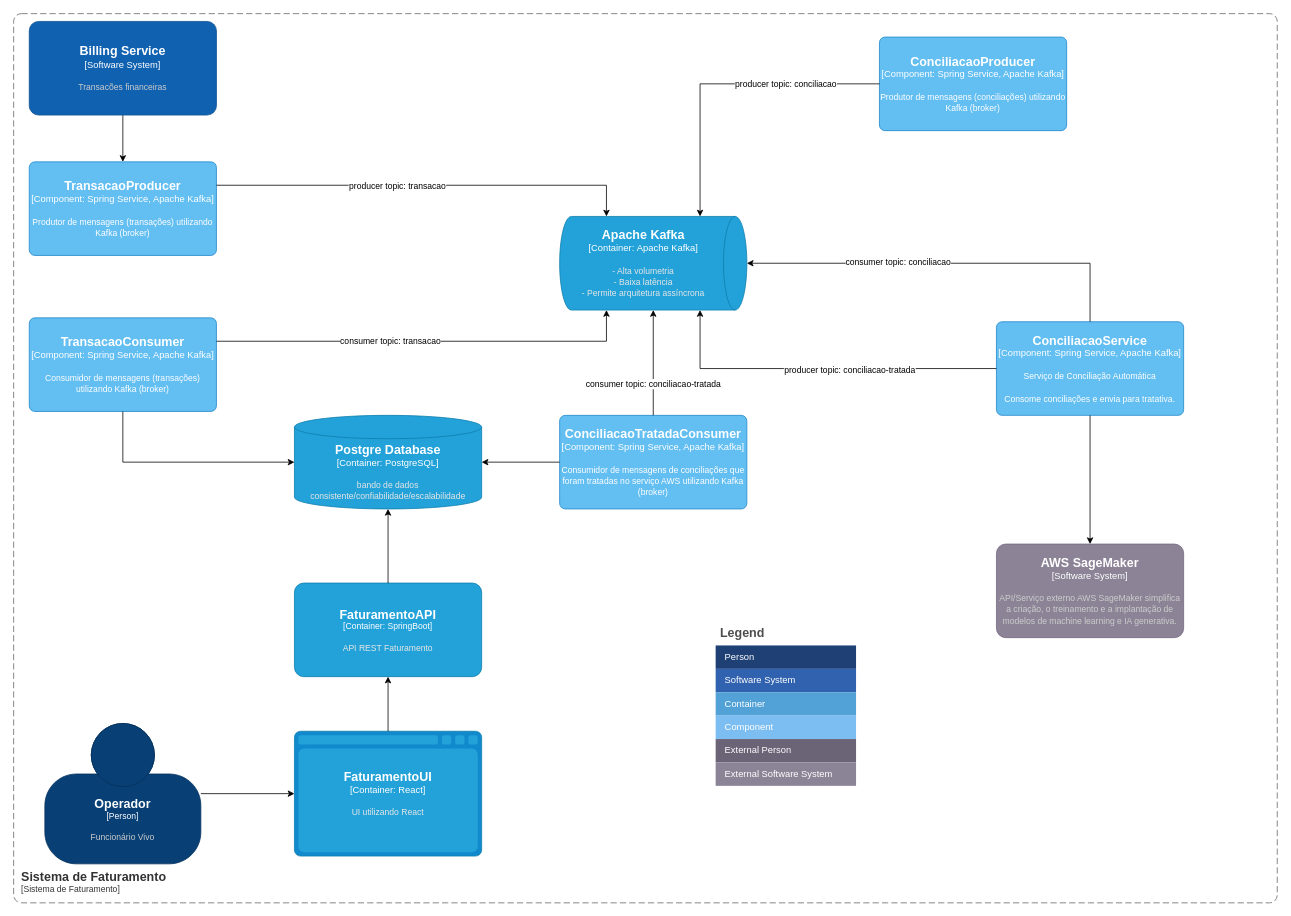
andresotero9/SistemaFaturamento keeps this draw.io diagram as SistemaFaturamento.drawio. Above is the earlier version. Source tidied: cells renumbered, new cells numbered last; positions are measured from the earlier drawing's top-left corner, leaving out a move shared by most shapes. Both pictures are drawn from the tidied source at 78%, with x=0, y=0 at pixel (13, 13).
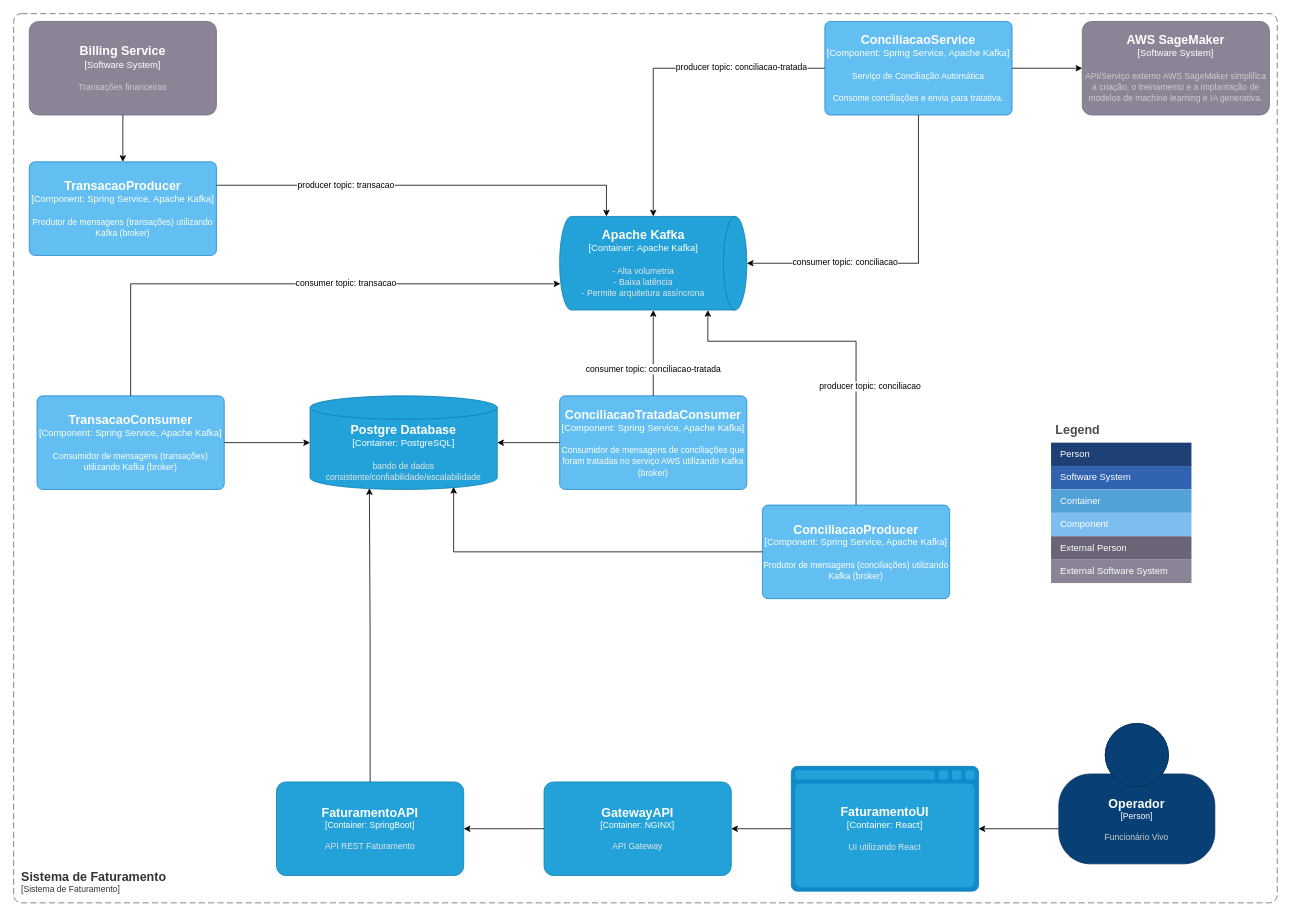
After the change.

The change refers to these unchanged cells:
```xml
<object id="5" label="&lt;font style=&quot;font-size: 16px&quot;&gt;&lt;b&gt;%c4Name%&lt;/b&gt;&lt;/font&gt;&lt;div&gt;[%c4Type%:&amp;nbsp;%c4Technology%]&lt;/div&gt;&lt;br&gt;&lt;div&gt;&lt;font style=&quot;font-size: 11px&quot;&gt;&lt;font color=&quot;#E6E6E6&quot;&gt;%c4Description%&lt;/font&gt;&lt;/div&gt;" c4Description="- Alta volumetria&#10;- Baixa latência&#10;- Permite arquitetura assíncrona" c4Name="Apache Kafka" c4Technology="Apache Kafka" c4Type="Container" placeholders="1">
  <mxCell style="shape=cylinder3;size=15;direction=south;whiteSpace=wrap;html=1;boundedLbl=1;rounded=0;labelBackgroundColor=none;fillColor=#23A2D9;fontSize=12;fontColor=#ffffff;align=center;strokeColor=#0E7DAD;points=[[0.5,0,0],[1,0.25,0],[1,0.5,0],[1,0.75,0],[0.5,1,0],[0,0.75,0],[0,0.5,0],[0,0.25,0]];" parent="1" vertex="1">
    <mxGeometry x="700" y="260" width="240" height="120" as="geometry" />
  </mxCell>
</object>
<object id="6" label="&lt;font style=&quot;font-size: 16px&quot;&gt;&lt;b&gt;%c4Name%&lt;/b&gt;&lt;/font&gt;&lt;div&gt;[%c4Type%: %c4Technology%]&lt;/div&gt;&lt;br&gt;&lt;div&gt;&lt;font style=&quot;font-size: 11px&quot;&gt;%c4Description%&lt;/font&gt;&lt;/div&gt;" c4Description="Produtor de mensagens (transações) utilizando Kafka (broker)" c4Name="TransacaoProducer" c4Technology="Spring Service, Apache Kafka" c4Type="Component" placeholders="1">
  <mxCell style="rounded=1;whiteSpace=wrap;html=1;labelBackgroundColor=none;fillColor=#63BEF2;fontColor=#ffffff;align=center;arcSize=6;strokeColor=#2086C9;points=[[0.25,0,0],[0.5,0,0],[0.75,0,0],[1,0.25,0],[1,0.5,0],[1,0.75,0],[0.75,1,0],[0.5,1,0],[0.25,1,0],[0,0.75,0],[0,0.5,0],[0,0.25,0]];" parent="1" vertex="1">
    <mxGeometry x="20" y="190" width="240" height="120" as="geometry" />
  </mxCell>
</object>
<mxCell id="7" style="edgeStyle=orthogonalEdgeStyle;rounded=0;jettySize=auto;html=1;entryX=0;entryY=0.75;entryDx=0;entryDy=0;entryPerimeter=0;exitX=1;exitY=0.25;exitDx=0;exitDy=0;exitPerimeter=0;" parent="1" edge="1" source="6" target="5">
  <mxGeometry relative="1" as="geometry" />
</mxCell>
<mxCell id="29" style="edgeStyle=orthogonalEdgeStyle;rounded=0;jettySize=auto;html=1;entryX=1;entryY=0.5;entryDx=0;entryDy=0;entryPerimeter=0;" parent="1" edge="1" source="27" target="5">
  <mxGeometry relative="1" as="geometry" />
</mxCell>
```

The edit, as a diff of the source:
```diff
@@
-    <mxCell id="3" style="edgeStyle=orthogonalEdgeStyle;rounded=0;jettySize=auto;html=1;" parent="1" edge="1" source="4" target="6">
-      <mxGeometry relative="1" as="geometry" />
-    </mxCell>
-    <object id="4" label="&lt;font style=&quot;font-size: 16px&quot;&gt;&lt;b&gt;%c4Name%&lt;/b&gt;&lt;/font&gt;&lt;div&gt;[%c4Type%]&lt;/div&gt;&lt;br&gt;&lt;div&gt;&lt;font style=&quot;font-size: 11px&quot;&gt;&lt;font color=&quot;#cccccc&quot;&gt;%c4Description%&lt;/font&gt;&lt;/div&gt;" c4Description="Transacões financeiras" c4Name="Billing Service" c4Type="Software System" placeholders="1">
-      <mxCell style="rounded=1;whiteSpace=wrap;html=1;labelBackgroundColor=none;fillColor=#1061B0;fontColor=#ffffff;align=center;arcSize=10;strokeColor=#0D5091;points=[[0.25,0,0],[0.5,0,0],[0.75,0,0],[1,0.25,0],[1,0.5,0],[1,0.75,0],[0.75,1,0],[0.5,1,0],[0.25,1,0],[0,0.75,0],[0,0.5,0],[0,0.25,0]];" parent="1" vertex="1">
-        <mxGeometry x="20" y="10" width="240" height="120" as="geometry" />
-      </mxCell>
-    </object>
@@
     <mxCell id="8" value="producer topic: transacao" style="edgeLabel;html=1;align=center;verticalAlign=middle;" parent="7" vertex="1">
       <mxGeometry x="-0.36" y="-1" relative="1" as="geometry">
-        <mxPoint x="58" y="-1" as="offset" />
+        <mxPoint x="-8" y="-2" as="offset" />
       </mxGeometry>
     </mxCell>
     <object id="9" label="&lt;font style=&quot;font-size: 16px&quot;&gt;&lt;b&gt;%c4Name%&lt;/b&gt;&lt;/font&gt;&lt;div&gt;[%c4Type%: %c4Technology%]&lt;/div&gt;&lt;br&gt;&lt;div&gt;&lt;font style=&quot;font-size: 11px&quot;&gt;%c4Description%&lt;/font&gt;&lt;/div&gt;" c4Description="Consumidor de mensagens (transações) utilizando Kafka (broker)" c4Name="TransacaoConsumer" c4Technology="Spring Service, Apache Kafka" c4Type="Component" placeholders="1">
       <mxCell style="rounded=1;whiteSpace=wrap;html=1;labelBackgroundColor=none;fillColor=#63BEF2;fontColor=#ffffff;align=center;arcSize=6;strokeColor=#2086C9;points=[[0.25,0,0],[0.5,0,0],[0.75,0,0],[1,0.25,0],[1,0.5,0],[1,0.75,0],[0.75,1,0],[0.5,1,0],[0.25,1,0],[0,0.75,0],[0,0.5,0],[0,0.25,0]];" parent="1" vertex="1">
-        <mxGeometry x="20" y="390" width="240" height="120" as="geometry" />
+        <mxGeometry x="30" y="490" width="240" height="120" as="geometry" />
       </mxCell>
     </object>
-    <mxCell id="10" style="edgeStyle=orthogonalEdgeStyle;rounded=0;jettySize=auto;html=1;entryX=1;entryY=0.75;entryDx=0;entryDy=0;entryPerimeter=0;exitX=1;exitY=0.25;exitDx=0;exitDy=0;exitPerimeter=0;" parent="1" edge="1" source="9" target="5">
+    <mxCell id="10" style="edgeStyle=orthogonalEdgeStyle;rounded=0;jettySize=auto;html=1;exitX=0.5;exitY=0;exitDx=0;exitDy=0;exitPerimeter=0;entryX=0.72;entryY=0.996;entryDx=0;entryDy=0;entryPerimeter=0;" parent="1" edge="1" source="9" target="5">
       <mxGeometry relative="1" as="geometry" />
     </mxCell>
     <mxCell id="11" value="consumer&amp;nbsp;&lt;span style=&quot;background-color: light-dark(#ffffff, var(--ge-dark-color, #121212)); color: light-dark(rgb(0, 0, 0), rgb(255, 255, 255));&quot;&gt;topic: transacao&lt;/span&gt;" style="edgeLabel;html=1;align=center;verticalAlign=middle;" parent="10" vertex="1">
       <mxGeometry x="-0.3" y="2" relative="1" as="geometry">
-        <mxPoint x="33" y="1" as="offset" />
+        <mxPoint x="176" y="1" as="offset" />
       </mxGeometry>
     </mxCell>
     <object id="12" label="&lt;font style=&quot;font-size: 16px&quot;&gt;&lt;b&gt;%c4Name%&lt;/b&gt;&lt;/font&gt;&lt;div&gt;[%c4Type%: %c4Technology%]&lt;/div&gt;&lt;br&gt;&lt;div&gt;&lt;font style=&quot;font-size: 11px&quot;&gt;&lt;font color=&quot;#E6E6E6&quot;&gt;%c4Description%&lt;/font&gt;&lt;/div&gt;" c4Description="API REST Faturamento" c4Name="FaturamentoAPI" c4Technology="SpringBoot" c4Type="Container" placeholders="1">
       <mxCell style="rounded=1;whiteSpace=wrap;html=1;fontSize=11;labelBackgroundColor=none;fillColor=#23A2D9;fontColor=#ffffff;align=center;arcSize=10;strokeColor=#0E7DAD;points=[[0.25,0,0],[0.5,0,0],[0.75,0,0],[1,0.25,0],[1,0.5,0],[1,0.75,0],[0.75,1,0],[0.5,1,0],[0.25,1,0],[0,0.75,0],[0,0.5,0],[0,0.25,0]];" parent="1" vertex="1">
-        <mxGeometry x="360" y="730" width="240" height="120" as="geometry" />
+        <mxGeometry x="337" y="985" width="240" height="120" as="geometry" />
       </mxCell>
     </object>
     <object id="13" label="&lt;font style=&quot;font-size: 16px&quot;&gt;&lt;b&gt;%c4Name%&lt;/b&gt;&lt;/font&gt;&lt;div&gt;[%c4Type%:&amp;nbsp;%c4Technology%]&lt;/div&gt;&lt;br&gt;&lt;div&gt;&lt;font style=&quot;font-size: 11px&quot;&gt;&lt;font color=&quot;#E6E6E6&quot;&gt;%c4Description%&lt;/font&gt;&lt;/div&gt;" c4Description="bando de dados consistente/confiabilidade/escalabilidade" c4Name="Postgre Database" c4Technology="PostgreSQL" c4Type="Container" placeholders="1">
       <mxCell style="shape=cylinder3;size=15;whiteSpace=wrap;html=1;boundedLbl=1;rounded=0;labelBackgroundColor=none;fillColor=#23A2D9;fontSize=12;fontColor=#ffffff;align=center;strokeColor=#0E7DAD;points=[[0.5,0,0],[1,0.25,0],[1,0.5,0],[1,0.75,0],[0.5,1,0],[0,0.75,0],[0,0.5,0],[0,0.25,0]];" parent="1" vertex="1">
-        <mxGeometry x="360" y="515" width="240" height="120" as="geometry" />
+        <mxGeometry x="380" y="490" width="240" height="120" as="geometry" />
       </mxCell>
     </object>
-    <mxCell id="14" style="edgeStyle=orthogonalEdgeStyle;rounded=0;jettySize=auto;html=1;entryX=0;entryY=0.5;entryDx=0;entryDy=0;entryPerimeter=0;exitX=0.5;exitY=1;exitDx=0;exitDy=0;exitPerimeter=0;" parent="1" edge="1" source="9" target="13">
-      <mxGeometry relative="1" as="geometry" />
-    </mxCell>
-    <mxCell id="15" style="edgeStyle=orthogonalEdgeStyle;rounded=0;jettySize=auto;html=1;entryX=0.5;entryY=1;entryDx=0;entryDy=0;entryPerimeter=0;" parent="1" edge="1" source="12" target="13">
-      <mxGeometry relative="1" as="geometry" />
-    </mxCell>
     <object id="16" label="&lt;font style=&quot;font-size: 16px&quot;&gt;&lt;b&gt;%c4Name%&lt;/b&gt;&lt;/font&gt;&lt;div&gt;[%c4Type%: %c4Technology%]&lt;/div&gt;&lt;br&gt;&lt;div&gt;&lt;font style=&quot;font-size: 11px&quot;&gt;%c4Description%&lt;/font&gt;&lt;/div&gt;" c4Description="Serviço de Conciliação Automática&#10;&#10;Consome conciliações e envia para tratativa." c4Name="ConciliacaoService" c4Technology="Spring Service, Apache Kafka" c4Type="Component" placeholders="1">
       <mxCell style="rounded=1;whiteSpace=wrap;html=1;labelBackgroundColor=none;fillColor=#63BEF2;fontColor=#ffffff;align=center;arcSize=6;strokeColor=#2086C9;points=[[0.25,0,0],[0.5,0,0],[0.75,0,0],[1,0.25,0],[1,0.5,0],[1,0.75,0],[0.75,1,0],[0.5,1,0],[0.25,1,0],[0,0.75,0],[0,0.5,0],[0,0.25,0]];" parent="1" vertex="1">
-        <mxGeometry x="1260" y="395" width="240" height="120" as="geometry" />
+        <mxGeometry x="1040" y="10" width="240" height="120" as="geometry" />
       </mxCell>
     </object>
     <object id="17" label="&lt;font style=&quot;font-size: 16px&quot;&gt;&lt;b&gt;%c4Name%&lt;/b&gt;&lt;/font&gt;&lt;div&gt;[%c4Type%: %c4Technology%]&lt;/div&gt;&lt;br&gt;&lt;div&gt;&lt;font style=&quot;font-size: 11px&quot;&gt;%c4Description%&lt;/font&gt;&lt;/div&gt;" c4Description="Produtor de mensagens (conciliações) utilizando Kafka (broker)" c4Name="ConciliacaoProducer" c4Technology="Spring Service, Apache Kafka" c4Type="Component" placeholders="1">
       <mxCell style="rounded=1;whiteSpace=wrap;html=1;labelBackgroundColor=none;fillColor=#63BEF2;fontColor=#ffffff;align=center;arcSize=6;strokeColor=#2086C9;points=[[0.25,0,0],[0.5,0,0],[0.75,0,0],[1,0.25,0],[1,0.5,0],[1,0.75,0],[0.75,1,0],[0.5,1,0],[0.25,1,0],[0,0.75,0],[0,0.5,0],[0,0.25,0]];" parent="1" vertex="1">
-        <mxGeometry x="1110" y="30" width="240" height="120" as="geometry" />
+        <mxGeometry x="960" y="630" width="240" height="120" as="geometry" />
       </mxCell>
     </object>
-    <mxCell id="18" style="edgeStyle=orthogonalEdgeStyle;rounded=0;jettySize=auto;html=1;entryX=0;entryY=0.25;entryDx=0;entryDy=0;entryPerimeter=0;" parent="1" edge="1" source="17" target="5">
-      <mxGeometry relative="1" as="geometry" />
+    <mxCell id="18" style="edgeStyle=orthogonalEdgeStyle;rounded=0;jettySize=auto;html=1;entryX=1;entryY=0.25;entryDx=0;entryDy=0;entryPerimeter=0;exitX=0.5;exitY=0;exitDx=0;exitDy=0;exitPerimeter=0;" parent="1" edge="1" source="17">
+      <mxGeometry relative="1" as="geometry">
+        <mxPoint x="890" y="380" as="targetPoint" />
+        <Array as="points">
+          <mxPoint x="1080" y="420" />
+          <mxPoint x="890" y="420" />
+        </Array>
+      </mxGeometry>
     </mxCell>
     <mxCell id="19" value="producer topic: conciliacao" style="edgeLabel;html=1;align=center;verticalAlign=middle;" parent="18" vertex="1">
       <mxGeometry x="-0.31" relative="1" as="geometry">
-        <mxPoint x="17" as="offset" />
+        <mxPoint x="17" y="-1" as="offset" />
       </mxGeometry>
     </mxCell>
-    <mxCell id="20" style="edgeStyle=orthogonalEdgeStyle;rounded=0;jettySize=auto;html=1;entryX=0.5;entryY=0;entryDx=0;entryDy=0;entryPerimeter=0;exitX=0.5;exitY=0;exitDx=0;exitDy=0;exitPerimeter=0;" parent="1" edge="1" source="16" target="5">
-      <mxGeometry relative="1" as="geometry" />
+    <mxCell id="20" style="edgeStyle=orthogonalEdgeStyle;rounded=0;jettySize=auto;html=1;exitX=0.5;exitY=1;exitDx=0;exitDy=0;exitPerimeter=0;entryX=0.5;entryY=0;entryDx=0;entryDy=0;entryPerimeter=0;" parent="1" edge="1" source="16" target="5">
+      <mxGeometry relative="1" as="geometry">
+        <Array as="points">
+          <mxPoint x="1160" y="320" />
+        </Array>
+      </mxGeometry>
     </mxCell>
     <mxCell id="21" value="consumer topic: conciliacao" style="edgeLabel;html=1;align=center;verticalAlign=middle;" parent="20" vertex="1">
       <mxGeometry x="0.47" y="-2" relative="1" as="geometry">
-        <mxPoint x="57" as="offset" />
+        <mxPoint x="16" as="offset" />
       </mxGeometry>
     </mxCell>
-    <mxCell id="22" style="edgeStyle=orthogonalEdgeStyle;rounded=0;jettySize=auto;html=1;entryX=1;entryY=0.25;entryDx=0;entryDy=0;entryPerimeter=0;" parent="1" edge="1" source="16" target="5">
-      <mxGeometry relative="1" as="geometry" />
-    </mxCell>
-    <mxCell id="23" value="producer topic: conciliacao-tratada" style="edgeLabel;html=1;align=center;verticalAlign=middle;" parent="22" vertex="1">
-      <mxGeometry x="0.1" y="1" relative="1" as="geometry">
-        <mxPoint x="61" as="offset" />
-      </mxGeometry>
-    </mxCell>
     <object id="24" label="&lt;font style=&quot;font-size: 16px&quot;&gt;&lt;b&gt;%c4Name%&lt;/b&gt;&lt;/font&gt;&lt;div&gt;[%c4Type%:&amp;nbsp;%c4Technology%]&lt;/div&gt;&lt;br&gt;&lt;div&gt;&lt;font style=&quot;font-size: 11px&quot;&gt;&lt;font color=&quot;#E6E6E6&quot;&gt;%c4Description%&lt;/font&gt;&lt;/div&gt;" c4Description="UI utilizando React" c4Name="FaturamentoUI" c4Technology="React" c4Type="Container" placeholders="1">
       <mxCell style="shape=mxgraph.c4.webBrowserContainer2;whiteSpace=wrap;html=1;boundedLbl=1;rounded=0;labelBackgroundColor=none;strokeColor=#118ACD;fillColor=#23A2D9;strokeColor=#118ACD;strokeColor2=#0E7DAD;fontSize=12;fontColor=#ffffff;align=center;points=[[0.5,0,0],[1,0.25,0],[1,0.5,0],[1,0.75,0],[0.5,1,0],[0,0.75,0],[0,0.5,0],[0,0.25,0]];" parent="1" vertex="1">
-        <mxGeometry x="360" y="920" width="240" height="160" as="geometry" />
+        <mxGeometry x="997" y="965" width="240" height="160" as="geometry" />
       </mxCell>
     </object>
     <object id="25" label="&lt;font style=&quot;font-size: 16px&quot;&gt;&lt;b&gt;%c4Name%&lt;/b&gt;&lt;/font&gt;&lt;div&gt;[%c4Type%]&lt;/div&gt;&lt;br&gt;&lt;div&gt;&lt;font style=&quot;font-size: 11px&quot;&gt;&lt;font color=&quot;#cccccc&quot;&gt;%c4Description%&lt;/font&gt;&lt;/div&gt;" c4Description="API/Serviço externo AWS SageMaker simplifica a criação, o treinamento e a implantação de modelos de machine learning e IA generativa." c4Name="AWS SageMaker" c4Type="Software System" placeholders="1">
       <mxCell style="rounded=1;whiteSpace=wrap;html=1;labelBackgroundColor=none;fillColor=#8C8496;fontColor=#ffffff;align=center;arcSize=10;strokeColor=#736782;points=[[0.25,0,0],[0.5,0,0],[0.75,0,0],[1,0.25,0],[1,0.5,0],[1,0.75,0],[0.75,1,0],[0.5,1,0],[0.25,1,0],[0,0.75,0],[0,0.5,0],[0,0.25,0]];" parent="1" vertex="1">
-        <mxGeometry x="1260" y="680" width="240" height="120" as="geometry" />
+        <mxGeometry x="1370" y="10" width="240" height="120" as="geometry" />
       </mxCell>
     </object>
-    <mxCell id="26" style="edgeStyle=orthogonalEdgeStyle;rounded=0;jettySize=auto;html=1;exitX=0.5;exitY=1;exitDx=0;exitDy=0;exitPerimeter=0;entryX=0.5;entryY=0;entryDx=0;entryDy=0;entryPerimeter=0;" parent="1" edge="1" source="16" target="25">
+    <mxCell id="26" style="edgeStyle=orthogonalEdgeStyle;rounded=0;jettySize=auto;html=1;exitX=1;exitY=0.5;exitDx=0;exitDy=0;exitPerimeter=0;entryX=0;entryY=0.5;entryDx=0;entryDy=0;entryPerimeter=0;" parent="1" edge="1" source="16" target="25">
       <mxGeometry relative="1" as="geometry" />
     </mxCell>
     <object id="27" label="&lt;font style=&quot;font-size: 16px&quot;&gt;&lt;b&gt;%c4Name%&lt;/b&gt;&lt;/font&gt;&lt;div&gt;[%c4Type%: %c4Technology%]&lt;/div&gt;&lt;br&gt;&lt;div&gt;&lt;font style=&quot;font-size: 11px&quot;&gt;%c4Description%&lt;/font&gt;&lt;/div&gt;" c4Description="Consumidor de mensagens de conciliações que foram tratadas no serviço AWS utilizando Kafka (broker)" c4Name="ConciliacaoTratadaConsumer" c4Technology="Spring Service, Apache Kafka" c4Type="Component" placeholders="1">
       <mxCell style="rounded=1;whiteSpace=wrap;html=1;labelBackgroundColor=none;fillColor=#63BEF2;fontColor=#ffffff;align=center;arcSize=6;strokeColor=#2086C9;points=[[0.25,0,0],[0.5,0,0],[0.75,0,0],[1,0.25,0],[1,0.5,0],[1,0.75,0],[0.75,1,0],[0.5,1,0],[0.25,1,0],[0,0.75,0],[0,0.5,0],[0,0.25,0]];" parent="1" vertex="1">
-        <mxGeometry x="700" y="515" width="240" height="120" as="geometry" />
+        <mxGeometry x="700" y="490" width="240" height="120" as="geometry" />
       </mxCell>
     </object>
@@
     <mxCell id="30" value="consumer topic: conciliacao-tratada" style="edgeLabel;html=1;align=center;verticalAlign=middle;" parent="29" vertex="1">
-      <mxGeometry x="-0.4" y="1" relative="1" as="geometry" />
+      <mxGeometry x="-0.4" y="1" relative="1" as="geometry">
+        <mxPoint y="-2" as="offset" />
+      </mxGeometry>
     </mxCell>
-    <mxCell id="31" style="edgeStyle=orthogonalEdgeStyle;rounded=0;jettySize=auto;html=1;entryX=0.5;entryY=1;entryDx=0;entryDy=0;entryPerimeter=0;" parent="1" edge="1" source="24" target="12">
-      <mxGeometry relative="1" as="geometry" />
-    </mxCell>
     <mxCell id="32" value="Legend" style="shape=table;startSize=30;childLayout=tableLayout;fontSize=16;align=left;verticalAlign=top;fillColor=none;strokeColor=none;fontColor=#4D4D4D;fontStyle=1;spacingLeft=6;spacing=0;" parent="1" vertex="1">
-      <mxGeometry x="900" y="780" width="180" height="210" as="geometry" />
+      <mxGeometry x="1330" y="520" width="180" height="210" as="geometry" />
     </mxCell>
@@
     <object id="45" label="&lt;font style=&quot;font-size: 16px&quot;&gt;&lt;b&gt;%c4Name%&lt;/b&gt;&lt;/font&gt;&lt;div&gt;[%c4Type%]&lt;/div&gt;&lt;br&gt;&lt;div&gt;&lt;font style=&quot;font-size: 11px&quot;&gt;&lt;font color=&quot;#cccccc&quot;&gt;%c4Description%&lt;/font&gt;&lt;/div&gt;" c4Description="Funcionário Vivo" c4Name="Operador" c4Type="Person" placeholders="1">
       <mxCell style="html=1;fontSize=11;dashed=0;whiteSpace=wrap;fillColor=#083F75;strokeColor=#06315C;fontColor=#ffffff;shape=mxgraph.c4.person2;align=center;points=[[0.5,0,0],[1,0.5,0],[1,0.75,0],[0.75,1,0],[0.5,1,0],[0.25,1,0],[0,0.75,0],[0,0.5,0]];" parent="1" vertex="1">
-        <mxGeometry x="40" y="910" width="200" height="180" as="geometry" />
+        <mxGeometry x="1340" y="910" width="200" height="180" as="geometry" />
       </mxCell>
     </object>
+    <mxCell id="47" style="edgeStyle=orthogonalEdgeStyle;rounded=0;jettySize=auto;html=1;exitX=0;exitY=0.5;exitDx=0;exitDy=0;exitPerimeter=0;entryX=0.767;entryY=0.973;entryDx=0;entryDy=0;entryPerimeter=0;" parent="1" edge="1" source="17" target="13">
+      <mxGeometry relative="1" as="geometry" />
+    </mxCell>
+    <object id="48" label="&lt;font style=&quot;font-size: 16px&quot;&gt;&lt;b&gt;%c4Name%&lt;/b&gt;&lt;/font&gt;&lt;div&gt;[%c4Type%]&lt;/div&gt;&lt;br&gt;&lt;div&gt;&lt;font style=&quot;font-size: 11px&quot;&gt;&lt;font color=&quot;#cccccc&quot;&gt;%c4Description%&lt;/font&gt;&lt;/div&gt;" c4Description="Transações financeiras" c4Name="Billing Service" c4Type="Software System" placeholders="1">
+      <mxCell style="rounded=1;whiteSpace=wrap;html=1;labelBackgroundColor=none;fillColor=#8C8496;fontColor=#ffffff;align=center;arcSize=10;strokeColor=#736782;points=[[0.25,0,0],[0.5,0,0],[0.75,0,0],[1,0.25,0],[1,0.5,0],[1,0.75,0],[0.75,1,0],[0.5,1,0],[0.25,1,0],[0,0.75,0],[0,0.5,0],[0,0.25,0]];" parent="1" vertex="1">
+        <mxGeometry x="20" y="10" width="240" height="120" as="geometry" />
+      </mxCell>
+    </object>
+    <mxCell id="49" style="edgeStyle=orthogonalEdgeStyle;rounded=0;jettySize=auto;html=1;exitX=0.5;exitY=1;exitDx=0;exitDy=0;exitPerimeter=0;entryX=0.5;entryY=0;entryDx=0;entryDy=0;entryPerimeter=0;" parent="1" edge="1" source="48" target="6">
+      <mxGeometry relative="1" as="geometry" />
+    </mxCell>
+    <mxCell id="22" style="edgeStyle=orthogonalEdgeStyle;rounded=0;jettySize=auto;html=1;exitX=0;exitY=0.5;exitDx=0;exitDy=0;exitPerimeter=0;entryX=0;entryY=0.5;entryDx=0;entryDy=0;entryPerimeter=0;" parent="1" edge="1" source="16" target="5">
+      <mxGeometry relative="1" as="geometry" />
+    </mxCell>
+    <mxCell id="14" style="edgeStyle=orthogonalEdgeStyle;rounded=0;jettySize=auto;html=1;exitX=1;exitY=0.5;exitDx=0;exitDy=0;exitPerimeter=0;entryX=0;entryY=0.5;entryDx=0;entryDy=0;entryPerimeter=0;" parent="1" edge="1" source="9" target="13">
+      <mxGeometry relative="1" as="geometry" />
+    </mxCell>
+    <mxCell id="23" value="producer&lt;span style=&quot;background-color: light-dark(#ffffff, var(--ge-dark-color, #121212)); color: light-dark(rgb(0, 0, 0), rgb(255, 255, 255));&quot;&gt;&amp;nbsp;topic: conciliacao-tratada&lt;/span&gt;" style="edgeLabel;html=1;align=center;verticalAlign=middle;" parent="1" vertex="1">
+      <mxGeometry x="932" y="68" as="geometry" />
+    </mxCell>
-    <mxCell id="46" style="edgeStyle=orthogonalEdgeStyle;rounded=0;jettySize=auto;html=1;entryX=0;entryY=0.5;entryDx=0;entryDy=0;entryPerimeter=0;" parent="1" edge="1" source="45" target="24">
+    <mxCell id="46" style="edgeStyle=orthogonalEdgeStyle;rounded=0;jettySize=auto;html=1;exitX=0;exitY=0.75;exitDx=0;exitDy=0;exitPerimeter=0;entryX=1;entryY=0.5;entryDx=0;entryDy=0;entryPerimeter=0;" parent="1" edge="1" source="45" target="24">
       <mxGeometry relative="1" as="geometry" />
     </mxCell>
+    <object id="50" label="&lt;font style=&quot;font-size: 16px&quot;&gt;&lt;b&gt;%c4Name%&lt;/b&gt;&lt;/font&gt;&lt;div&gt;[%c4Type%: %c4Technology%]&lt;/div&gt;&lt;br&gt;&lt;div&gt;&lt;font style=&quot;font-size: 11px&quot;&gt;&lt;font color=&quot;#E6E6E6&quot;&gt;%c4Description%&lt;/font&gt;&lt;/div&gt;" c4Description="API Gateway" c4Name="GatewayAPI" c4Technology="NGINX" c4Type="Container" placeholders="1">
+      <mxCell style="rounded=1;whiteSpace=wrap;html=1;fontSize=11;labelBackgroundColor=none;fillColor=#23A2D9;fontColor=#ffffff;align=center;arcSize=10;strokeColor=#0E7DAD;points=[[0.25,0,0],[0.5,0,0],[0.75,0,0],[1,0.25,0],[1,0.5,0],[1,0.75,0],[0.75,1,0],[0.5,1,0],[0.25,1,0],[0,0.75,0],[0,0.5,0],[0,0.25,0]];" parent="1" vertex="1">
+        <mxGeometry x="680" y="985" width="240" height="120" as="geometry" />
+      </mxCell>
+    </object>
+    <mxCell id="15" style="edgeStyle=orthogonalEdgeStyle;rounded=0;jettySize=auto;html=1;entryX=0.317;entryY=0.987;entryDx=0;entryDy=0;entryPerimeter=0;" parent="1" edge="1" source="12" target="13">
+      <mxGeometry relative="1" as="geometry" />
+    </mxCell>
+    <mxCell id="51" style="edgeStyle=orthogonalEdgeStyle;rounded=0;jettySize=auto;html=1;exitX=0;exitY=0.5;exitDx=0;exitDy=0;exitPerimeter=0;entryX=1;entryY=0.5;entryDx=0;entryDy=0;entryPerimeter=0;" parent="1" edge="1" source="24" target="50">
+      <mxGeometry relative="1" as="geometry" />
+    </mxCell>
+    <mxCell id="52" style="edgeStyle=orthogonalEdgeStyle;rounded=0;jettySize=auto;html=1;entryX=1;entryY=0.5;entryDx=0;entryDy=0;entryPerimeter=0;" parent="1" edge="1" source="50" target="12">
+      <mxGeometry relative="1" as="geometry" />
+    </mxCell>
```
